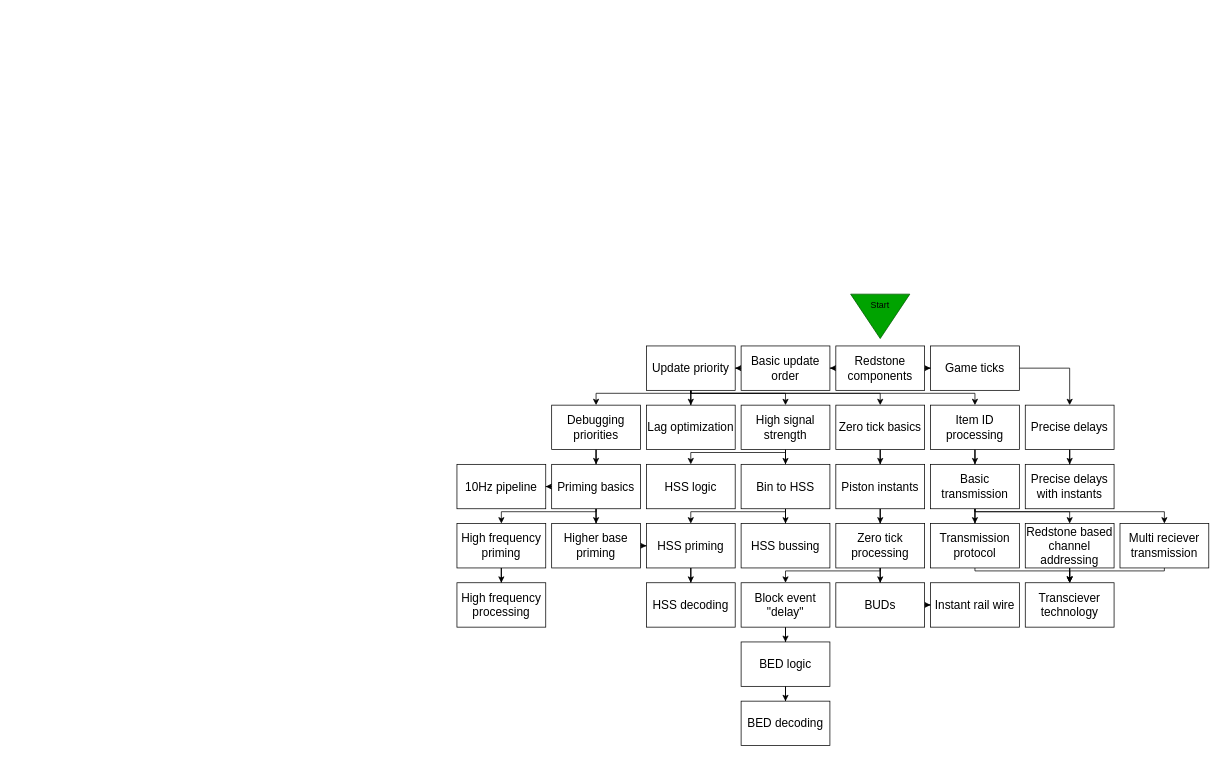
Above: page "Game Mechanics" (6 of 8) of Lesson Diagram.drawio in Kuggo/UnivOREsity (draw.io), before the change. Source tidied: cells renumbered, new cells numbered last; positions are measured from the earlier drawing's top-left corner, leaving out a move shared by most shapes. Both pictures are drawn from the tidied source at 74%, with x=0, y=0 at pixel (457, 286).
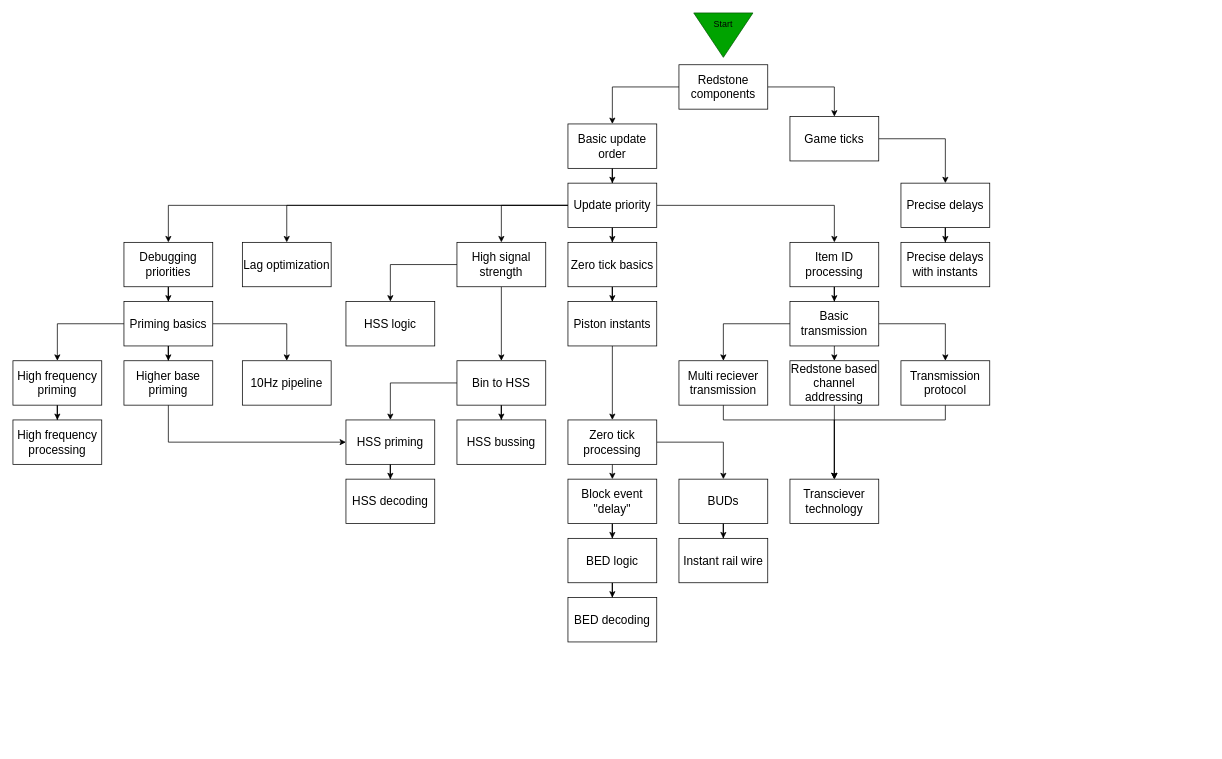
Above is the later version.

What changed in the source:
```diff
@@
-    <mxCell id="2" style="triangle;whiteSpace=wrap;html=1;rotation=90;fillColor=#00A300;strokeColor=#005700;fontColor=#ffffff;" parent="1" vertex="1">
-      <mxGeometry x="542" width="60" height="80" as="geometry" />
-    </mxCell>
-    <mxCell id="3" value="Start" style="text;html=1;strokeColor=none;fillColor=none;align=center;verticalAlign=middle;whiteSpace=wrap;rounded=0;" parent="1" vertex="1">
-      <mxGeometry x="542" y="10" width="60" height="30" as="geometry" />
-    </mxCell>
-    <mxCell id="4" style="edgeStyle=orthogonalEdgeStyle;rounded=0;jettySize=auto;html=1;entryX=1;entryY=0.5;entryDx=0;entryDy=0;" parent="1" edge="1" source="6" target="8">
+    <mxCell id="4" style="edgeStyle=orthogonalEdgeStyle;rounded=0;jettySize=auto;html=1;entryX=0.5;entryY=0;entryDx=0;entryDy=0;" parent="1" edge="1" source="6" target="8">
       <mxGeometry relative="1" as="geometry" />
     </mxCell>
-    <mxCell id="5" style="edgeStyle=orthogonalEdgeStyle;rounded=0;jettySize=auto;html=1;entryX=0;entryY=0.5;entryDx=0;entryDy=0;" parent="1" edge="1" source="6" target="10">
+    <mxCell id="5" style="edgeStyle=orthogonalEdgeStyle;rounded=0;jettySize=auto;html=1;entryX=0.5;entryY=0;entryDx=0;entryDy=0;" parent="1" edge="1" source="6" target="10">
       <mxGeometry relative="1" as="geometry" />
     </mxCell>
     <mxCell id="6" value="&lt;font style=&quot;font-size: 16px;&quot;&gt;Redstone components&lt;/font&gt;" style="rounded=0;whiteSpace=wrap;html=1;" parent="1" vertex="1">
-      <mxGeometry x="512" y="80" width="120" height="60" as="geometry" />
+      <mxGeometry x="300" y="-300" width="120" height="60" as="geometry" />
     </mxCell>
-    <mxCell id="7" style="edgeStyle=orthogonalEdgeStyle;rounded=0;jettySize=auto;html=1;entryX=1;entryY=0.5;entryDx=0;entryDy=0;" parent="1" edge="1" source="8" target="16">
+    <mxCell id="7" style="edgeStyle=orthogonalEdgeStyle;rounded=0;jettySize=auto;html=1;" parent="1" edge="1" source="8" target="16">
       <mxGeometry relative="1" as="geometry" />
     </mxCell>
     <mxCell id="8" value="&lt;font style=&quot;font-size: 16px;&quot;&gt;Basic update order&lt;/font&gt;" style="rounded=0;whiteSpace=wrap;html=1;" parent="1" vertex="1">
-      <mxGeometry x="384" y="80" width="120" height="60" as="geometry" />
+      <mxGeometry x="150" y="-220" width="120" height="60" as="geometry" />
     </mxCell>
@@
     <mxCell id="10" value="&lt;font style=&quot;font-size: 16px;&quot;&gt;Game ticks&lt;/font&gt;" style="rounded=0;whiteSpace=wrap;html=1;" parent="1" vertex="1">
-      <mxGeometry x="640" y="80" width="120" height="60" as="geometry" />
+      <mxGeometry x="450" y="-230" width="120" height="60" as="geometry" />
     </mxCell>
-    <mxCell id="11" style="edgeStyle=orthogonalEdgeStyle;rounded=0;jettySize=auto;html=1;entryX=0.5;entryY=0;entryDx=0;entryDy=0;" parent="1" edge="1" source="16" target="19">
+    <mxCell id="11" style="edgeStyle=orthogonalEdgeStyle;rounded=0;jettySize=auto;html=1;entryX=0.5;entryY=0;entryDx=0;entryDy=0;exitX=0;exitY=0.5;exitDx=0;exitDy=0;" parent="1" edge="1" source="16" target="19">
       <mxGeometry relative="1" as="geometry">
         <Array as="points">
-          <mxPoint x="316" y="144" />
-          <mxPoint x="188" y="144" />
+          <mxPoint x="-390" y="-110" />
         </Array>
       </mxGeometry>
     </mxCell>
@@
-    <mxCell id="13" style="edgeStyle=orthogonalEdgeStyle;rounded=0;jettySize=auto;html=1;entryX=0.5;entryY=0;entryDx=0;entryDy=0;" parent="1" edge="1" source="16" target="22">
-      <mxGeometry relative="1" as="geometry">
-        <Array as="points">
-          <mxPoint x="316" y="144" />
-          <mxPoint x="444" y="144" />
-        </Array>
-      </mxGeometry>
+    <mxCell id="13" style="edgeStyle=orthogonalEdgeStyle;rounded=0;jettySize=auto;html=1;entryX=0.5;entryY=0;entryDx=0;entryDy=0;exitX=0;exitY=0.5;exitDx=0;exitDy=0;" parent="1" edge="1" source="16" target="22">
+      <mxGeometry relative="1" as="geometry" />
     </mxCell>
+    <mxCell id="15" style="edgeStyle=orthogonalEdgeStyle;rounded=0;jettySize=auto;html=1;entryX=0.5;entryY=0;entryDx=0;entryDy=0;exitX=1;exitY=0.5;exitDx=0;exitDy=0;" parent="1" edge="1" source="16" target="27">
+      <mxGeometry relative="1" as="geometry">
+        <Array as="points">
+          <mxPoint x="510" y="-110" />
+        </Array>
+      </mxGeometry>
+    </mxCell>
     <mxCell id="14" style="edgeStyle=orthogonalEdgeStyle;rounded=0;jettySize=auto;html=1;entryX=0.5;entryY=0;entryDx=0;entryDy=0;" parent="1" edge="1" source="16" target="24">
-      <mxGeometry relative="1" as="geometry">
-        <Array as="points">
-          <mxPoint x="316" y="144" />
-          <mxPoint x="572" y="144" />
-        </Array>
-      </mxGeometry>
+      <mxGeometry relative="1" as="geometry" />
     </mxCell>
-    <mxCell id="15" style="edgeStyle=orthogonalEdgeStyle;rounded=0;jettySize=auto;html=1;entryX=0.5;entryY=0;entryDx=0;entryDy=0;" parent="1" edge="1" source="16" target="27">
-      <mxGeometry relative="1" as="geometry">
-        <Array as="points">
-          <mxPoint x="316" y="144" />
-          <mxPoint x="700" y="144" />
-        </Array>
-      </mxGeometry>
-    </mxCell>
     <mxCell id="16" value="&lt;font style=&quot;font-size: 16px;&quot;&gt;Update priority&lt;/font&gt;" style="rounded=0;whiteSpace=wrap;html=1;" parent="1" vertex="1">
-      <mxGeometry x="256" y="80" width="120" height="60" as="geometry" />
+      <mxGeometry x="150" y="-140" width="120" height="60" as="geometry" />
     </mxCell>
     <mxCell id="17" value="&lt;font style=&quot;font-size: 16px;&quot;&gt;Lag optimization&lt;/font&gt;" style="rounded=0;whiteSpace=wrap;html=1;" parent="1" vertex="1">
-      <mxGeometry x="256" y="160" width="120" height="60" as="geometry" />
+      <mxGeometry x="-290" y="-60" width="120" height="60" as="geometry" />
     </mxCell>
@@
     <mxCell id="19" value="&lt;font style=&quot;font-size: 16px;&quot;&gt;Debugging priorities&lt;/font&gt;" style="rounded=0;whiteSpace=wrap;html=1;" parent="1" vertex="1">
-      <mxGeometry x="128" y="160" width="120" height="60" as="geometry" />
+      <mxGeometry x="-450" y="-60" width="120" height="60" as="geometry" />
     </mxCell>
-    <mxCell id="20" style="edgeStyle=orthogonalEdgeStyle;rounded=0;jettySize=auto;html=1;entryX=0.5;entryY=0;entryDx=0;entryDy=0;" parent="1" edge="1" source="22" target="43">
+    <mxCell id="20" style="edgeStyle=orthogonalEdgeStyle;rounded=0;jettySize=auto;html=1;entryX=0.5;entryY=0;entryDx=0;entryDy=0;exitX=0;exitY=0.5;exitDx=0;exitDy=0;" parent="1" edge="1" source="22" target="43">
       <mxGeometry relative="1" as="geometry">
         <Array as="points">
-          <mxPoint x="444" y="224" />
-          <mxPoint x="316" y="224" />
+          <mxPoint x="-90" y="-30" />
         </Array>
       </mxGeometry>
     </mxCell>
@@
     <mxCell id="22" value="&lt;font style=&quot;font-size: 16px;&quot;&gt;High signal strength&lt;/font&gt;" style="rounded=0;whiteSpace=wrap;html=1;" parent="1" vertex="1">
-      <mxGeometry x="384" y="160" width="120" height="60" as="geometry" />
+      <mxGeometry y="-60" width="120" height="60" as="geometry" />
     </mxCell>
-    <mxCell id="23" style="edgeStyle=orthogonalEdgeStyle;rounded=0;jettySize=auto;html=1;entryX=0.5;entryY=0;entryDx=0;entryDy=0;" parent="1" edge="1" source="24" target="31">
+    <mxCell id="23" style="edgeStyle=orthogonalEdgeStyle;rounded=0;jettySize=auto;html=1;" parent="1" edge="1" source="24" target="31">
       <mxGeometry relative="1" as="geometry" />
     </mxCell>
     <mxCell id="24" value="&lt;font style=&quot;font-size: 16px;&quot;&gt;Zero tick basics&lt;/font&gt;" style="rounded=0;whiteSpace=wrap;html=1;" parent="1" vertex="1">
-      <mxGeometry x="512" y="160" width="120" height="60" as="geometry" />
+      <mxGeometry x="150" y="-60" width="120" height="60" as="geometry" />
     </mxCell>
     <mxCell id="25" value="&lt;font style=&quot;font-size: 16px;&quot;&gt;Precise delays with instants&lt;/font&gt;" style="rounded=0;whiteSpace=wrap;html=1;" parent="1" vertex="1">
-      <mxGeometry x="768" y="240" width="120" height="60" as="geometry" />
+      <mxGeometry x="600" y="-60" width="120" height="60" as="geometry" />
     </mxCell>
+    <mxCell id="72" style="edgeStyle=orthogonalEdgeStyle;rounded=0;orthogonalLoop=1;jettySize=auto;html=1;entryX=0.5;entryY=0;entryDx=0;entryDy=0;" parent="1" edge="1">
+      <mxGeometry relative="1" as="geometry">
+        <mxPoint x="510" y="20" as="sourcePoint" />
+        <mxPoint x="510" y="40" as="targetPoint" />
+      </mxGeometry>
+    </mxCell>
@@
     <mxCell id="27" value="&lt;font style=&quot;font-size: 16px;&quot;&gt;Item ID processing&lt;/font&gt;" style="rounded=0;whiteSpace=wrap;html=1;" parent="1" vertex="1">
-      <mxGeometry x="640" y="160" width="120" height="60" as="geometry" />
+      <mxGeometry x="450" y="-60" width="120" height="60" as="geometry" />
     </mxCell>
@@
     <mxCell id="29" value="&lt;span style=&quot;font-size: 16px;&quot;&gt;Precise delays&lt;/span&gt;" style="rounded=0;whiteSpace=wrap;html=1;" parent="1" vertex="1">
-      <mxGeometry x="768" y="160" width="120" height="60" as="geometry" />
+      <mxGeometry x="600" y="-140" width="120" height="60" as="geometry" />
     </mxCell>
@@
     <mxCell id="31" value="&lt;font style=&quot;font-size: 16px;&quot;&gt;Piston instants&lt;/font&gt;" style="rounded=0;whiteSpace=wrap;html=1;" parent="1" vertex="1">
-      <mxGeometry x="512" y="240" width="120" height="60" as="geometry" />
+      <mxGeometry x="150" y="20" width="120" height="60" as="geometry" />
     </mxCell>
@@
-    <mxCell id="33" style="edgeStyle=orthogonalEdgeStyle;rounded=0;jettySize=auto;html=1;entryX=0.5;entryY=0;entryDx=0;entryDy=0;" parent="1" edge="1" source="34" target="65">
+    <mxCell id="33" style="edgeStyle=orthogonalEdgeStyle;rounded=0;jettySize=auto;html=1;entryX=0.5;entryY=0;entryDx=0;entryDy=0;exitX=0.5;exitY=1;exitDx=0;exitDy=0;" parent="1" edge="1" source="34" target="65">
       <mxGeometry relative="1" as="geometry">
         <Array as="points">
-          <mxPoint x="572" y="384" />
-          <mxPoint x="444" y="384" />
+          <mxPoint x="210" y="240" />
+          <mxPoint x="210" y="240" />
         </Array>
       </mxGeometry>
     </mxCell>
     <mxCell id="34" value="&lt;font style=&quot;font-size: 16px;&quot;&gt;Zero tick processing&lt;/font&gt;" style="rounded=0;whiteSpace=wrap;html=1;" parent="1" vertex="1">
-      <mxGeometry x="512" y="320" width="120" height="60" as="geometry" />
+      <mxGeometry x="150" y="180" width="120" height="60" as="geometry" />
     </mxCell>
@@
     <mxCell id="36" style="edgeStyle=orthogonalEdgeStyle;rounded=0;jettySize=auto;html=1;entryX=0.5;entryY=0;entryDx=0;entryDy=0;" parent="1" edge="1" source="38" target="60">
       <mxGeometry relative="1" as="geometry">
         <Array as="points">
-          <mxPoint x="700" y="304" />
-          <mxPoint x="828" y="304" />
+          <mxPoint x="510" y="100" />
+          <mxPoint x="510" y="100" />
         </Array>
       </mxGeometry>
     </mxCell>
     <mxCell id="37" style="edgeStyle=orthogonalEdgeStyle;rounded=0;jettySize=auto;html=1;entryX=0.5;entryY=0;entryDx=0;entryDy=0;" parent="1" edge="1" source="38" target="62">
       <mxGeometry relative="1" as="geometry">
         <Array as="points">
-          <mxPoint x="700" y="304" />
-          <mxPoint x="956" y="304" />
+          <mxPoint x="360" y="50" />
         </Array>
       </mxGeometry>
     </mxCell>
     <mxCell id="38" value="&lt;font style=&quot;font-size: 16px;&quot;&gt;Basic transmission&lt;/font&gt;" style="rounded=0;whiteSpace=wrap;html=1;" parent="1" vertex="1">
-      <mxGeometry x="640" y="240" width="120" height="60" as="geometry" />
+      <mxGeometry x="450" y="20" width="120" height="60" as="geometry" />
     </mxCell>
@@
-    <mxCell id="40" style="edgeStyle=orthogonalEdgeStyle;rounded=0;jettySize=auto;html=1;entryX=0.5;entryY=0;entryDx=0;entryDy=0;" parent="1" edge="1" source="42" target="50">
+    <mxCell id="40" style="edgeStyle=orthogonalEdgeStyle;rounded=0;jettySize=auto;html=1;entryX=0.5;entryY=0;entryDx=0;entryDy=0;exitX=0;exitY=0.5;exitDx=0;exitDy=0;" parent="1" edge="1" source="42" target="50">
       <mxGeometry relative="1" as="geometry">
         <Array as="points">
-          <mxPoint x="188" y="304" />
-          <mxPoint x="60" y="304" />
+          <mxPoint x="-540" y="50" />
         </Array>
       </mxGeometry>
     </mxCell>
@@
     <mxCell id="42" value="&lt;font style=&quot;font-size: 16px;&quot;&gt;Priming basics&lt;/font&gt;" style="rounded=0;whiteSpace=wrap;html=1;" parent="1" vertex="1">
-      <mxGeometry x="128" y="240" width="120" height="60" as="geometry" />
+      <mxGeometry x="-450" y="20" width="120" height="60" as="geometry" />
     </mxCell>
     <mxCell id="43" value="&lt;font style=&quot;font-size: 16px;&quot;&gt;HSS logic&lt;/font&gt;" style="rounded=0;whiteSpace=wrap;html=1;" parent="1" vertex="1">
-      <mxGeometry x="256" y="240" width="120" height="60" as="geometry" />
+      <mxGeometry x="-150" y="20" width="120" height="60" as="geometry" />
     </mxCell>
-    <mxCell id="44" style="edgeStyle=orthogonalEdgeStyle;rounded=0;jettySize=auto;html=1;entryX=0.5;entryY=0;entryDx=0;entryDy=0;" parent="1" edge="1" source="46" target="54">
+    <mxCell id="44" style="edgeStyle=orthogonalEdgeStyle;rounded=0;jettySize=auto;html=1;entryX=0.5;entryY=0;entryDx=0;entryDy=0;exitX=0;exitY=0.5;exitDx=0;exitDy=0;" parent="1" edge="1" source="46" target="54">
       <mxGeometry relative="1" as="geometry">
         <Array as="points">
-          <mxPoint x="444" y="304" />
-          <mxPoint x="316" y="304" />
+          <mxPoint x="-90" y="130" />
         </Array>
       </mxGeometry>
     </mxCell>
-    <mxCell id="45" style="edgeStyle=orthogonalEdgeStyle;rounded=0;jettySize=auto;html=1;entryX=0.5;entryY=0;entryDx=0;entryDy=0;" parent="1" edge="1" source="46" target="55">
+    <mxCell id="45" style="edgeStyle=orthogonalEdgeStyle;rounded=0;jettySize=auto;html=1;" parent="1" edge="1" source="46" target="55">
       <mxGeometry relative="1" as="geometry" />
     </mxCell>
     <mxCell id="46" value="&lt;font style=&quot;font-size: 16px;&quot;&gt;Bin to HSS&lt;/font&gt;" style="rounded=0;whiteSpace=wrap;html=1;" parent="1" vertex="1">
-      <mxGeometry x="384" y="240" width="120" height="60" as="geometry" />
+      <mxGeometry y="100" width="120" height="60" as="geometry" />
     </mxCell>
-    <mxCell id="47" style="edgeStyle=orthogonalEdgeStyle;rounded=0;jettySize=auto;html=1;entryX=0;entryY=0.5;entryDx=0;entryDy=0;" parent="1" edge="1" source="48" target="54">
+    <mxCell id="47" style="edgeStyle=orthogonalEdgeStyle;rounded=0;jettySize=auto;html=1;entryX=0;entryY=0.5;entryDx=0;entryDy=0;exitX=0.5;exitY=1;exitDx=0;exitDy=0;" parent="1" edge="1" source="48" target="54">
       <mxGeometry relative="1" as="geometry" />
     </mxCell>
     <mxCell id="48" value="&lt;span style=&quot;font-size: 16px;&quot;&gt;Higher base priming&lt;/span&gt;" style="rounded=0;whiteSpace=wrap;html=1;" parent="1" vertex="1">
-      <mxGeometry x="128" y="320" width="120" height="60" as="geometry" />
+      <mxGeometry x="-450" y="100" width="120" height="60" as="geometry" />
     </mxCell>
@@
     <mxCell id="50" value="&lt;span style=&quot;font-size: 16px;&quot;&gt;High frequency priming&lt;/span&gt;" style="rounded=0;whiteSpace=wrap;html=1;" parent="1" vertex="1">
-      <mxGeometry y="320" width="120" height="60" as="geometry" />
+      <mxGeometry x="-600" y="100" width="120" height="60" as="geometry" />
     </mxCell>
     <mxCell id="51" value="&lt;span style=&quot;font-size: 16px;&quot;&gt;10Hz pipeline&lt;/span&gt;" style="rounded=0;whiteSpace=wrap;html=1;" parent="1" vertex="1">
-      <mxGeometry y="240" width="120" height="60" as="geometry" />
+      <mxGeometry x="-290" y="100" width="120" height="60" as="geometry" />
     </mxCell>
     <mxCell id="52" value="&lt;span style=&quot;font-size: 16px;&quot;&gt;High frequency processing&lt;/span&gt;" style="rounded=0;whiteSpace=wrap;html=1;" parent="1" vertex="1">
-      <mxGeometry y="400" width="120" height="60" as="geometry" />
+      <mxGeometry x="-600" y="180" width="120" height="60" as="geometry" />
     </mxCell>
@@
     <mxCell id="54" value="&lt;font style=&quot;font-size: 16px;&quot;&gt;HSS priming&lt;/font&gt;" style="rounded=0;whiteSpace=wrap;html=1;" parent="1" vertex="1">
-      <mxGeometry x="256" y="320" width="120" height="60" as="geometry" />
+      <mxGeometry x="-150" y="180" width="120" height="60" as="geometry" />
     </mxCell>
     <mxCell id="55" value="&lt;font style=&quot;font-size: 16px;&quot;&gt;HSS bussing&lt;/font&gt;" style="rounded=0;whiteSpace=wrap;html=1;" parent="1" vertex="1">
-      <mxGeometry x="384" y="320" width="120" height="60" as="geometry" />
+      <mxGeometry y="180" width="120" height="60" as="geometry" />
     </mxCell>
     <mxCell id="56" value="&lt;font style=&quot;font-size: 16px;&quot;&gt;HSS decoding&lt;/font&gt;" style="rounded=0;whiteSpace=wrap;html=1;" parent="1" vertex="1">
-      <mxGeometry x="256" y="400" width="120" height="60" as="geometry" />
+      <mxGeometry x="-150" y="260" width="120" height="60" as="geometry" />
     </mxCell>
     <mxCell id="57" style="edgeStyle=orthogonalEdgeStyle;rounded=0;jettySize=auto;html=1;entryX=0.5;entryY=0;entryDx=0;entryDy=0;" parent="1" edge="1" source="58" target="63">
       <mxGeometry relative="1" as="geometry">
         <Array as="points">
-          <mxPoint x="700" y="384" />
-          <mxPoint x="828" y="384" />
+          <mxPoint x="660" y="180" />
+          <mxPoint x="510" y="180" />
         </Array>
       </mxGeometry>
     </mxCell>
     <mxCell id="58" value="&lt;font style=&quot;font-size: 16px;&quot;&gt;Transmission protocol&lt;/font&gt;" style="rounded=0;whiteSpace=wrap;html=1;" parent="1" vertex="1">
-      <mxGeometry x="640" y="320" width="120" height="60" as="geometry" />
+      <mxGeometry x="600" y="100" width="120" height="60" as="geometry" />
     </mxCell>
-    <mxCell id="59" style="edgeStyle=orthogonalEdgeStyle;rounded=0;jettySize=auto;html=1;entryX=0.5;entryY=0;entryDx=0;entryDy=0;" parent="1" edge="1" source="60" target="63">
+    <mxCell id="59" style="edgeStyle=orthogonalEdgeStyle;rounded=0;jettySize=auto;html=1;entryX=0.5;entryY=0;entryDx=0;entryDy=0;exitX=0.5;exitY=1;exitDx=0;exitDy=0;" parent="1" edge="1" source="60" target="63">
       <mxGeometry relative="1" as="geometry" />
     </mxCell>
     <mxCell id="60" value="&lt;span style=&quot;font-size: 16px;&quot;&gt;Redstone based channel addressing&lt;/span&gt;" style="rounded=0;whiteSpace=wrap;html=1;" parent="1" vertex="1">
-      <mxGeometry x="768" y="320" width="120" height="60" as="geometry" />
+      <mxGeometry x="450" y="100" width="120" height="60" as="geometry" />
     </mxCell>
     <mxCell id="61" style="edgeStyle=orthogonalEdgeStyle;rounded=0;jettySize=auto;html=1;entryX=0.5;entryY=0;entryDx=0;entryDy=0;" parent="1" edge="1" source="62" target="63">
       <mxGeometry relative="1" as="geometry">
         <Array as="points">
-          <mxPoint x="956" y="384" />
-          <mxPoint x="828" y="384" />
+          <mxPoint x="360" y="180" />
+          <mxPoint x="510" y="180" />
         </Array>
       </mxGeometry>
     </mxCell>
     <mxCell id="62" value="&lt;font style=&quot;font-size: 16px;&quot;&gt;Multi reciever transmission&lt;/font&gt;" style="rounded=0;whiteSpace=wrap;html=1;" parent="1" vertex="1">
-      <mxGeometry x="896" y="320" width="120" height="60" as="geometry" />
+      <mxGeometry x="300" y="100" width="120" height="60" as="geometry" />
     </mxCell>
     <mxCell id="63" value="&lt;font style=&quot;font-size: 16px;&quot;&gt;Transciever technology&lt;/font&gt;" style="rounded=0;whiteSpace=wrap;html=1;" parent="1" vertex="1">
-      <mxGeometry x="768" y="400" width="120" height="60" as="geometry" />
+      <mxGeometry x="450" y="260" width="120" height="60" as="geometry" />
     </mxCell>
@@
     <mxCell id="65" value="&lt;font style=&quot;font-size: 16px;&quot;&gt;Block event &quot;delay&quot;&lt;/font&gt;" style="rounded=0;whiteSpace=wrap;html=1;" parent="1" vertex="1">
-      <mxGeometry x="384" y="400" width="120" height="60" as="geometry" />
+      <mxGeometry x="150" y="260" width="120" height="60" as="geometry" />
     </mxCell>
-    <mxCell id="66" style="edgeStyle=orthogonalEdgeStyle;rounded=0;jettySize=auto;html=1;entryX=0;entryY=0.5;entryDx=0;entryDy=0;" parent="1" edge="1" source="67" target="68">
+    <mxCell id="66" style="edgeStyle=orthogonalEdgeStyle;rounded=0;jettySize=auto;html=1;" parent="1" edge="1" source="67" target="68">
       <mxGeometry relative="1" as="geometry" />
     </mxCell>
     <mxCell id="67" value="&lt;font style=&quot;font-size: 16px;&quot;&gt;BUDs&lt;/font&gt;" style="rounded=0;whiteSpace=wrap;html=1;" parent="1" vertex="1">
-      <mxGeometry x="512" y="400" width="120" height="60" as="geometry" />
+      <mxGeometry x="300" y="260" width="120" height="60" as="geometry" />
     </mxCell>
     <mxCell id="68" value="&lt;span style=&quot;font-size: 16px;&quot;&gt;Instant rail wire&lt;/span&gt;" style="rounded=0;whiteSpace=wrap;html=1;" parent="1" vertex="1">
-      <mxGeometry x="640" y="400" width="120" height="60" as="geometry" />
+      <mxGeometry x="300" y="340" width="120" height="60" as="geometry" />
     </mxCell>
@@
     <mxCell id="70" value="&lt;font style=&quot;font-size: 16px;&quot;&gt;BED logic&lt;/font&gt;" style="rounded=0;whiteSpace=wrap;html=1;" parent="1" vertex="1">
-      <mxGeometry x="384" y="480" width="120" height="60" as="geometry" />
+      <mxGeometry x="150" y="340" width="120" height="60" as="geometry" />
     </mxCell>
     <mxCell id="71" value="&lt;font style=&quot;font-size: 16px;&quot;&gt;BED decoding&lt;/font&gt;" style="rounded=0;whiteSpace=wrap;html=1;" parent="1" vertex="1">
-      <mxGeometry x="384" y="560" width="120" height="60" as="geometry" />
+      <mxGeometry x="150" y="420" width="120" height="60" as="geometry" />
     </mxCell>
+    <mxCell id="73" style="group;" parent="1" vertex="1">
+      <mxGeometry x="320" y="-370" width="80" height="60" as="geometry" />
+    </mxCell>
+    <mxCell id="2" style="triangle;whiteSpace=wrap;html=1;rotation=90;fillColor=#00A300;strokeColor=#005700;fontColor=#ffffff;" parent="73" vertex="1">
+      <mxGeometry x="10" y="-10" width="60" height="80" as="geometry" />
+    </mxCell>
+    <mxCell id="3" value="Start" style="text;html=1;strokeColor=none;fillColor=none;align=center;verticalAlign=middle;whiteSpace=wrap;rounded=0;" parent="73" vertex="1">
+      <mxGeometry x="10" width="60" height="30" as="geometry" />
+    </mxCell>
```
